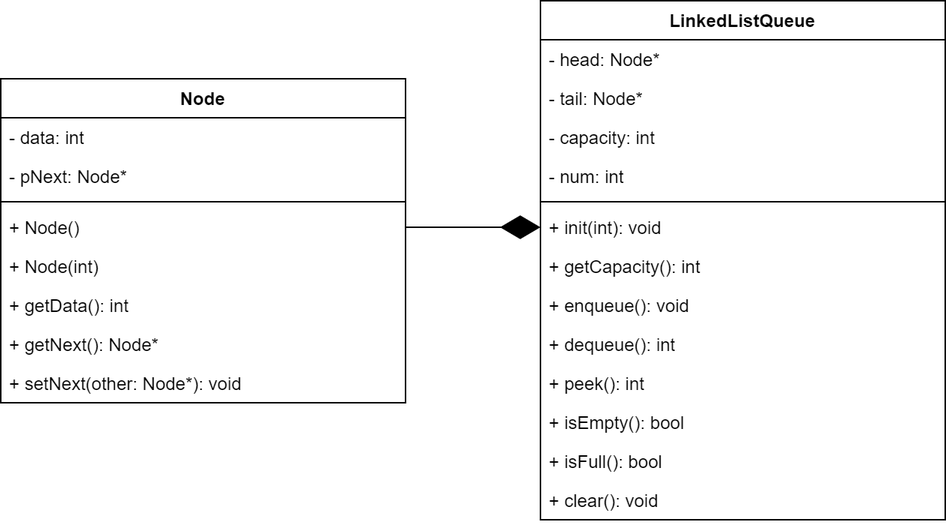
Before: 23127226_W02/Assignment03/P03.png, a diagram exported from draw.io (hanhtrang256/oop-lab). Source tidied: cells renumbered, new cells last; positions are measured from the earlier drawing's top-left corner, leaving out a move shared by most shapes. Source of this version:
```xml
<mxGraphModel>
  <root>
    <mxCell id="0" />
    <mxCell id="1" parent="0" />
    <mxCell id="2" value="Node" style="swimlane;fontStyle=1;align=center;verticalAlign=top;horizontal=1;startSize=26;whiteSpace=wrap;html=1;" parent="1" vertex="1">
      <mxGeometry y="52" width="270" height="216" as="geometry" />
    </mxCell>
    <mxCell id="3" value="- data: int" style="text;strokeColor=none;fillColor=none;align=left;verticalAlign=top;spacingLeft=4;spacingRight=4;overflow=hidden;whiteSpace=wrap;html=1;" parent="2" vertex="1">
      <mxGeometry y="26" width="270" height="26" as="geometry" />
    </mxCell>
    <mxCell id="4" value="- pNext: Node*" style="text;strokeColor=none;fillColor=none;align=left;verticalAlign=top;spacingLeft=4;spacingRight=4;overflow=hidden;whiteSpace=wrap;html=1;" parent="2" vertex="1">
      <mxGeometry y="52" width="270" height="26" as="geometry" />
    </mxCell>
    <mxCell id="5" style="line;strokeWidth=1;fillColor=none;align=left;verticalAlign=middle;spacingTop=-1;spacingLeft=3;spacingRight=3;labelPosition=right;strokeColor=inherit;" parent="2" vertex="1">
      <mxGeometry y="78" width="270" height="8" as="geometry" />
    </mxCell>
    <mxCell id="6" value="+ Node()" style="text;strokeColor=none;fillColor=none;align=left;verticalAlign=top;spacingLeft=4;spacingRight=4;overflow=hidden;points=[[0,0.5],[1,0.5]];portConstraint=eastwest;whiteSpace=wrap;html=1;" parent="2" vertex="1">
      <mxGeometry y="86" width="270" height="26" as="geometry" />
    </mxCell>
    <mxCell id="7" value="+ Node(int)" style="text;strokeColor=none;fillColor=none;align=left;verticalAlign=top;spacingLeft=4;spacingRight=4;overflow=hidden;whiteSpace=wrap;html=1;" parent="2" vertex="1">
      <mxGeometry y="112" width="270" height="26" as="geometry" />
    </mxCell>
    <mxCell id="8" value="+ getData(): int" style="text;strokeColor=none;fillColor=none;align=left;verticalAlign=top;spacingLeft=4;spacingRight=4;overflow=hidden;whiteSpace=wrap;html=1;" parent="2" vertex="1">
      <mxGeometry y="138" width="270" height="26" as="geometry" />
    </mxCell>
    <mxCell id="9" value="+ getNext(): Node*" style="text;strokeColor=none;fillColor=none;align=left;verticalAlign=top;spacingLeft=4;spacingRight=4;overflow=hidden;whiteSpace=wrap;html=1;" parent="2" vertex="1">
      <mxGeometry y="164" width="270" height="26" as="geometry" />
    </mxCell>
    <mxCell id="10" value="+ setNext(other: Node*): void" style="text;strokeColor=none;fillColor=none;align=left;verticalAlign=top;spacingLeft=4;spacingRight=4;overflow=hidden;whiteSpace=wrap;html=1;" parent="2" vertex="1">
      <mxGeometry y="190" width="270" height="26" as="geometry" />
    </mxCell>
    <mxCell id="11" value="LinkedListQueue" style="swimlane;fontStyle=1;align=center;verticalAlign=top;horizontal=1;startSize=26;whiteSpace=wrap;html=1;" parent="1" vertex="1">
      <mxGeometry x="360" width="270" height="346" as="geometry" />
    </mxCell>
    <mxCell id="12" value="- head: Node*" style="text;strokeColor=none;fillColor=none;align=left;verticalAlign=top;spacingLeft=4;spacingRight=4;overflow=hidden;whiteSpace=wrap;html=1;" parent="11" vertex="1">
      <mxGeometry y="26" width="270" height="26" as="geometry" />
    </mxCell>
    <mxCell id="13" value="- tail: Node*" style="text;strokeColor=none;fillColor=none;align=left;verticalAlign=top;spacingLeft=4;spacingRight=4;overflow=hidden;whiteSpace=wrap;html=1;" parent="11" vertex="1">
      <mxGeometry y="52" width="270" height="26" as="geometry" />
    </mxCell>
    <mxCell id="14" value="- capacity: int" style="text;strokeColor=none;fillColor=none;align=left;verticalAlign=top;spacingLeft=4;spacingRight=4;overflow=hidden;whiteSpace=wrap;html=1;" parent="11" vertex="1">
      <mxGeometry y="78" width="270" height="26" as="geometry" />
    </mxCell>
    <mxCell id="15" value="- num: int" style="text;strokeColor=none;fillColor=none;align=left;verticalAlign=top;spacingLeft=4;spacingRight=4;overflow=hidden;whiteSpace=wrap;html=1;" parent="11" vertex="1">
      <mxGeometry y="104" width="270" height="26" as="geometry" />
    </mxCell>
    <mxCell id="16" style="line;strokeWidth=1;fillColor=none;align=left;verticalAlign=middle;spacingTop=-1;spacingLeft=3;spacingRight=3;labelPosition=right;strokeColor=inherit;" parent="11" vertex="1">
      <mxGeometry y="130" width="270" height="8" as="geometry" />
    </mxCell>
    <mxCell id="17" value="+ init(int): void" style="text;strokeColor=none;fillColor=none;align=left;verticalAlign=top;spacingLeft=4;spacingRight=4;overflow=hidden;points=[[0,0.5],[1,0.5]];portConstraint=eastwest;whiteSpace=wrap;html=1;" parent="11" vertex="1">
      <mxGeometry y="138" width="270" height="26" as="geometry" />
    </mxCell>
    <mxCell id="18" value="+ getCapacity(): int" style="text;strokeColor=none;fillColor=none;align=left;verticalAlign=top;spacingLeft=4;spacingRight=4;overflow=hidden;whiteSpace=wrap;html=1;" parent="11" vertex="1">
      <mxGeometry y="164" width="270" height="26" as="geometry" />
    </mxCell>
    <mxCell id="19" value="+ enqueue(): void" style="text;strokeColor=none;fillColor=none;align=left;verticalAlign=top;spacingLeft=4;spacingRight=4;overflow=hidden;whiteSpace=wrap;html=1;" parent="11" vertex="1">
      <mxGeometry y="190" width="270" height="26" as="geometry" />
    </mxCell>
    <mxCell id="20" value="+ dequeue(): int" style="text;strokeColor=none;fillColor=none;align=left;verticalAlign=top;spacingLeft=4;spacingRight=4;overflow=hidden;whiteSpace=wrap;html=1;" parent="11" vertex="1">
      <mxGeometry y="216" width="270" height="26" as="geometry" />
    </mxCell>
    <mxCell id="21" value="+ peek(): int" style="text;strokeColor=none;fillColor=none;align=left;verticalAlign=top;spacingLeft=4;spacingRight=4;overflow=hidden;whiteSpace=wrap;html=1;" parent="11" vertex="1">
      <mxGeometry y="242" width="270" height="26" as="geometry" />
    </mxCell>
    <mxCell id="22" value="+ isEmpty(): bool" style="text;strokeColor=none;fillColor=none;align=left;verticalAlign=top;spacingLeft=4;spacingRight=4;overflow=hidden;whiteSpace=wrap;html=1;" parent="11" vertex="1">
      <mxGeometry y="268" width="270" height="26" as="geometry" />
    </mxCell>
    <mxCell id="23" value="+ isFull(): bool" style="text;strokeColor=none;fillColor=none;align=left;verticalAlign=top;spacingLeft=4;spacingRight=4;overflow=hidden;whiteSpace=wrap;html=1;" parent="11" vertex="1">
      <mxGeometry y="294" width="270" height="26" as="geometry" />
    </mxCell>
    <mxCell id="24" value="+ clear(): void" style="text;strokeColor=none;fillColor=none;align=left;verticalAlign=top;spacingLeft=4;spacingRight=4;overflow=hidden;whiteSpace=wrap;html=1;" parent="11" vertex="1">
      <mxGeometry y="320" width="270" height="26" as="geometry" />
    </mxCell>
    <mxCell id="25" style="endArrow=diamondThin;endFill=1;endSize=24;html=1;rounded=0;fontSize=12;curved=1;exitX=1;exitY=0.5;exitDx=0;exitDy=0;entryX=0;entryY=0.5;entryDx=0;entryDy=0;" parent="1" edge="1" source="6" target="17">
      <mxGeometry relative="1" as="geometry" />
    </mxCell>
  </root>
</mxGraphModel>
```
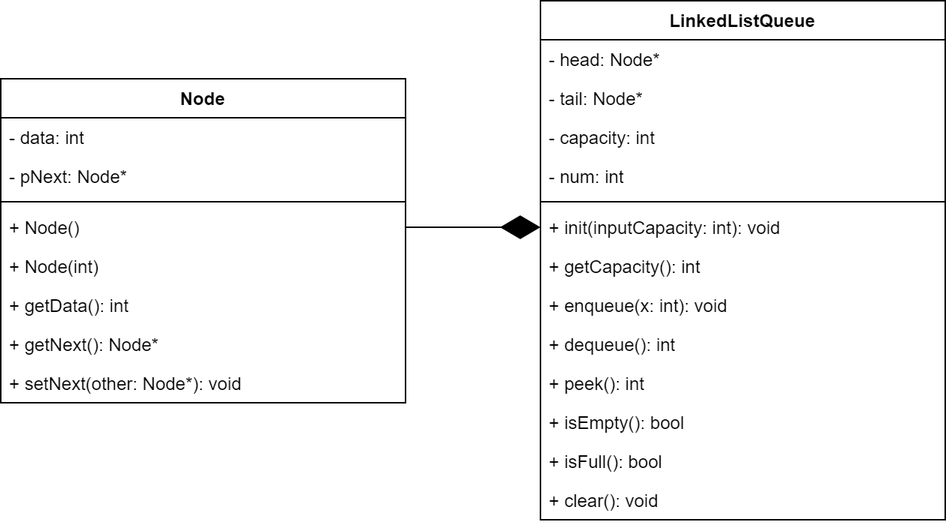
Above is the later version.

The edit, as a diff of the source:
```diff
@@ -47,13 +47,13 @@
     <mxCell id="16" style="line;strokeWidth=1;fillColor=none;align=left;verticalAlign=middle;spacingTop=-1;spacingLeft=3;spacingRight=3;labelPosition=right;strokeColor=inherit;" parent="11" vertex="1">
       <mxGeometry y="130" width="270" height="8" as="geometry" />
     </mxCell>
-    <mxCell id="17" value="+ init(int): void" style="text;strokeColor=none;fillColor=none;align=left;verticalAlign=top;spacingLeft=4;spacingRight=4;overflow=hidden;points=[[0,0.5],[1,0.5]];portConstraint=eastwest;whiteSpace=wrap;html=1;" parent="11" vertex="1">
+    <mxCell id="17" value="+ init(inputCapacity: int): void" style="text;strokeColor=none;fillColor=none;align=left;verticalAlign=top;spacingLeft=4;spacingRight=4;overflow=hidden;points=[[0,0.5],[1,0.5]];portConstraint=eastwest;whiteSpace=wrap;html=1;" parent="11" vertex="1">
       <mxGeometry y="138" width="270" height="26" as="geometry" />
     </mxCell>
     <mxCell id="18" value="+ getCapacity(): int" style="text;strokeColor=none;fillColor=none;align=left;verticalAlign=top;spacingLeft=4;spacingRight=4;overflow=hidden;whiteSpace=wrap;html=1;" parent="11" vertex="1">
       <mxGeometry y="164" width="270" height="26" as="geometry" />
     </mxCell>
-    <mxCell id="19" value="+ enqueue(): void" style="text;strokeColor=none;fillColor=none;align=left;verticalAlign=top;spacingLeft=4;spacingRight=4;overflow=hidden;whiteSpace=wrap;html=1;" parent="11" vertex="1">
+    <mxCell id="19" value="+ enqueue(x: int): void" style="text;strokeColor=none;fillColor=none;align=left;verticalAlign=top;spacingLeft=4;spacingRight=4;overflow=hidden;whiteSpace=wrap;html=1;" parent="11" vertex="1">
       <mxGeometry y="190" width="270" height="26" as="geometry" />
     </mxCell>
     <mxCell id="20" value="+ dequeue(): int" style="text;strokeColor=none;fillColor=none;align=left;verticalAlign=top;spacingLeft=4;spacingRight=4;overflow=hidden;whiteSpace=wrap;html=1;" parent="11" vertex="1">
```
